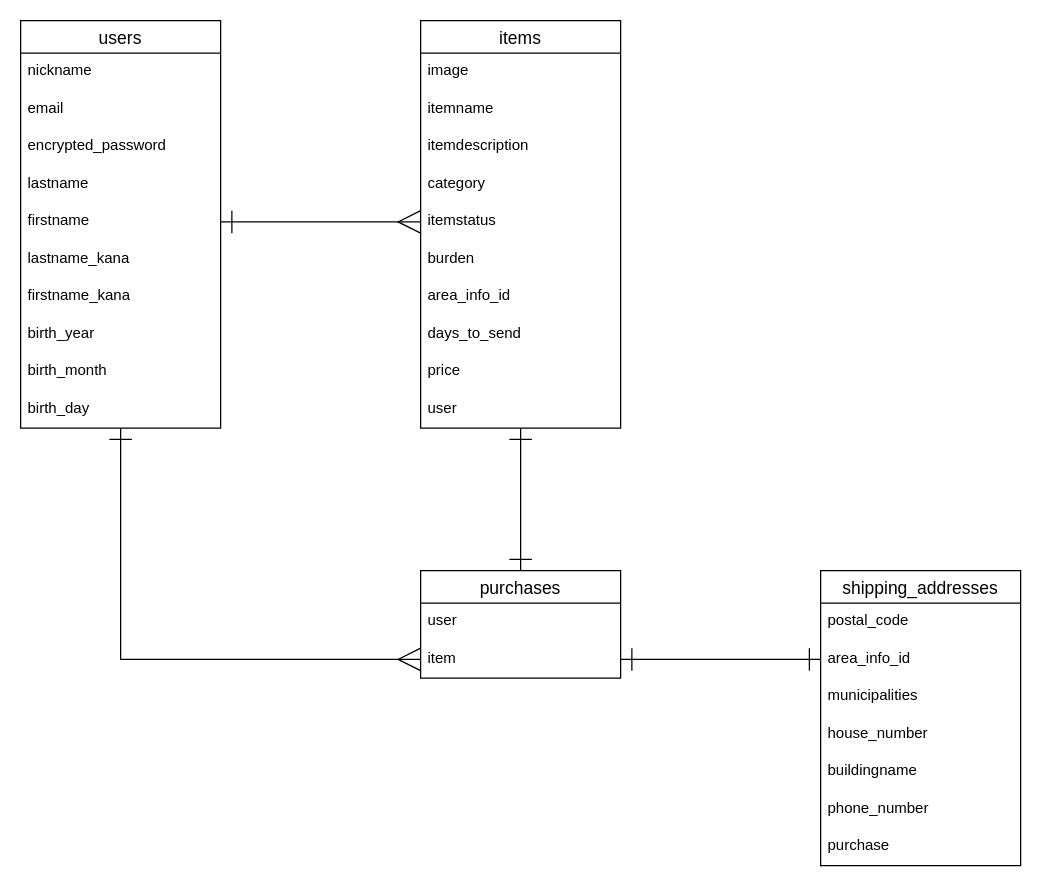
Before: DBRelationship.dio in mottymoty03/furima-36777, a draw.io diagram. Source tidied: cells renumbered, new cells numbered last; positions are measured from the earlier drawing's top-left corner, leaving out a move shared by most shapes. Both pictures are drawn from the tidied source at 125%, with x=0, y=0 at pixel (20, 20).
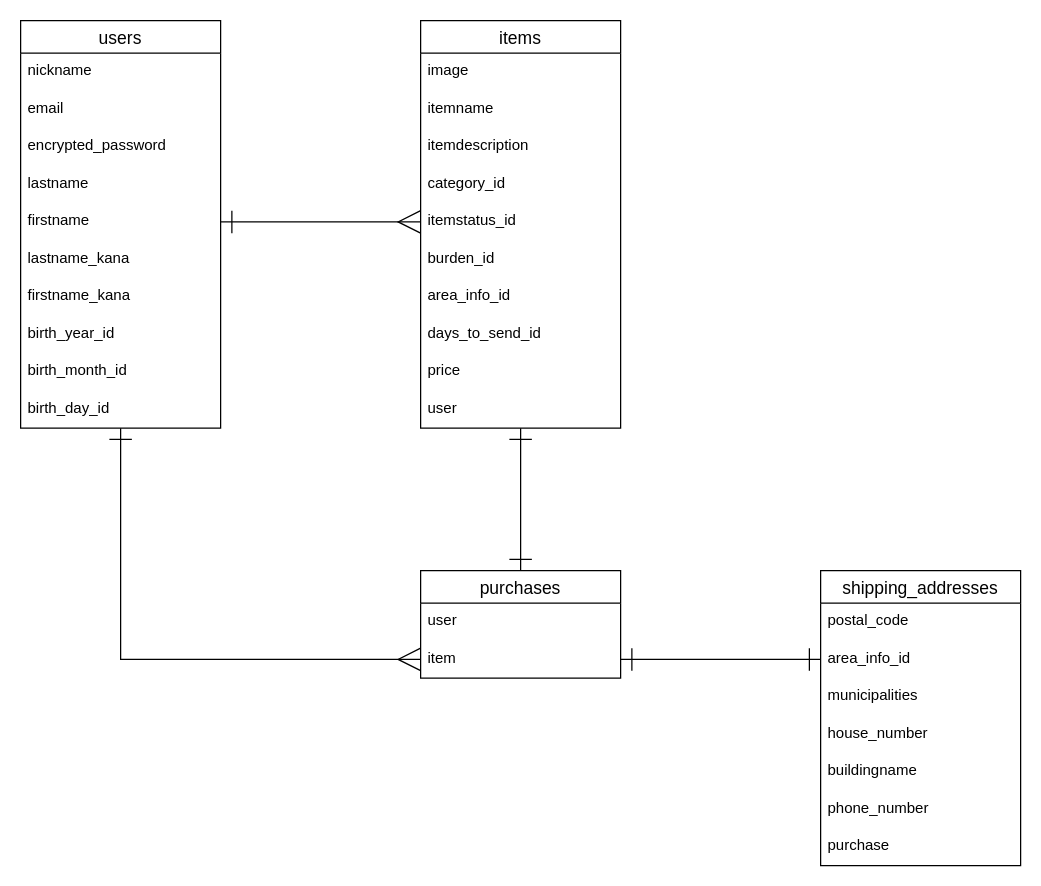
After the change.

Commit message (it also covers changes not shown here):
指摘には無いがプルダウンで実装箇所のカラム名を単数形_idに修正

The change refers to these unchanged cells:
```xml
<mxCell id="3" value="users" style="swimlane;fontStyle=0;horizontal=1;startSize=26;align=center;fontSize=14;" parent="1" vertex="1">
  <mxGeometry width="160" height="326" as="geometry" />
</mxCell>
<mxCell id="15" value="items" style="swimlane;fontStyle=0;horizontal=1;startSize=26;align=center;fontSize=14;" parent="1" vertex="1">
  <mxGeometry x="320" width="160" height="326" as="geometry" />
</mxCell>
```

The edit, as a diff of the source:
```diff
@@
-    <mxCell id="11" value="birth_year" style="text;strokeColor=none;fillColor=none;spacingLeft=4;spacingRight=4;overflow=hidden;fontSize=12;" parent="3" vertex="1">
+    <mxCell id="11" value="birth_year_id" style="text;strokeColor=none;fillColor=none;spacingLeft=4;spacingRight=4;overflow=hidden;fontSize=12;" parent="3" vertex="1">
       <mxGeometry y="236" width="160" height="30" as="geometry" />
     </mxCell>
-    <mxCell id="12" value="birth_month" style="text;strokeColor=none;fillColor=none;spacingLeft=4;spacingRight=4;overflow=hidden;fontSize=12;" parent="3" vertex="1">
+    <mxCell id="12" value="birth_month_id" style="text;strokeColor=none;fillColor=none;spacingLeft=4;spacingRight=4;overflow=hidden;fontSize=12;" parent="3" vertex="1">
       <mxGeometry y="266" width="160" height="30" as="geometry" />
     </mxCell>
-    <mxCell id="13" value="birth_day" style="text;strokeColor=none;fillColor=none;spacingLeft=4;spacingRight=4;overflow=hidden;fontSize=12;" parent="3" vertex="1">
+    <mxCell id="13" value="birth_day_id" style="text;strokeColor=none;fillColor=none;spacingLeft=4;spacingRight=4;overflow=hidden;fontSize=12;" parent="3" vertex="1">
       <mxGeometry y="296" width="160" height="30" as="geometry" />
     </mxCell>
@@
-    <mxCell id="19" value="category" style="text;strokeColor=none;fillColor=none;spacingLeft=4;spacingRight=4;overflow=hidden;fontSize=12;" parent="15" vertex="1">
+    <mxCell id="19" value="category_id" style="text;strokeColor=none;fillColor=none;spacingLeft=4;spacingRight=4;overflow=hidden;fontSize=12;" parent="15" vertex="1">
       <mxGeometry y="116" width="160" height="30" as="geometry" />
     </mxCell>
-    <mxCell id="20" value="itemstatus" style="text;strokeColor=none;fillColor=none;spacingLeft=4;spacingRight=4;overflow=hidden;points=[[0,0.5],[1,0.5]];portConstraint=eastwest;fontSize=12;" parent="15" vertex="1">
+    <mxCell id="20" value="itemstatus_id" style="text;strokeColor=none;fillColor=none;spacingLeft=4;spacingRight=4;overflow=hidden;points=[[0,0.5],[1,0.5]];portConstraint=eastwest;fontSize=12;" parent="15" vertex="1">
       <mxGeometry y="146" width="160" height="30" as="geometry" />
     </mxCell>
-    <mxCell id="21" value="burden" style="text;strokeColor=none;fillColor=none;spacingLeft=4;spacingRight=4;overflow=hidden;fontSize=12;" parent="15" vertex="1">
+    <mxCell id="21" value="burden_id" style="text;strokeColor=none;fillColor=none;spacingLeft=4;spacingRight=4;overflow=hidden;fontSize=12;" parent="15" vertex="1">
       <mxGeometry y="176" width="160" height="30" as="geometry" />
     </mxCell>
@@
-    <mxCell id="23" value="days_to_send" style="text;strokeColor=none;fillColor=none;spacingLeft=4;spacingRight=4;overflow=hidden;fontSize=12;" parent="15" vertex="1">
+    <mxCell id="23" value="days_to_send_id" style="text;strokeColor=none;fillColor=none;spacingLeft=4;spacingRight=4;overflow=hidden;fontSize=12;" parent="15" vertex="1">
       <mxGeometry y="236" width="160" height="30" as="geometry" />
     </mxCell>
```
